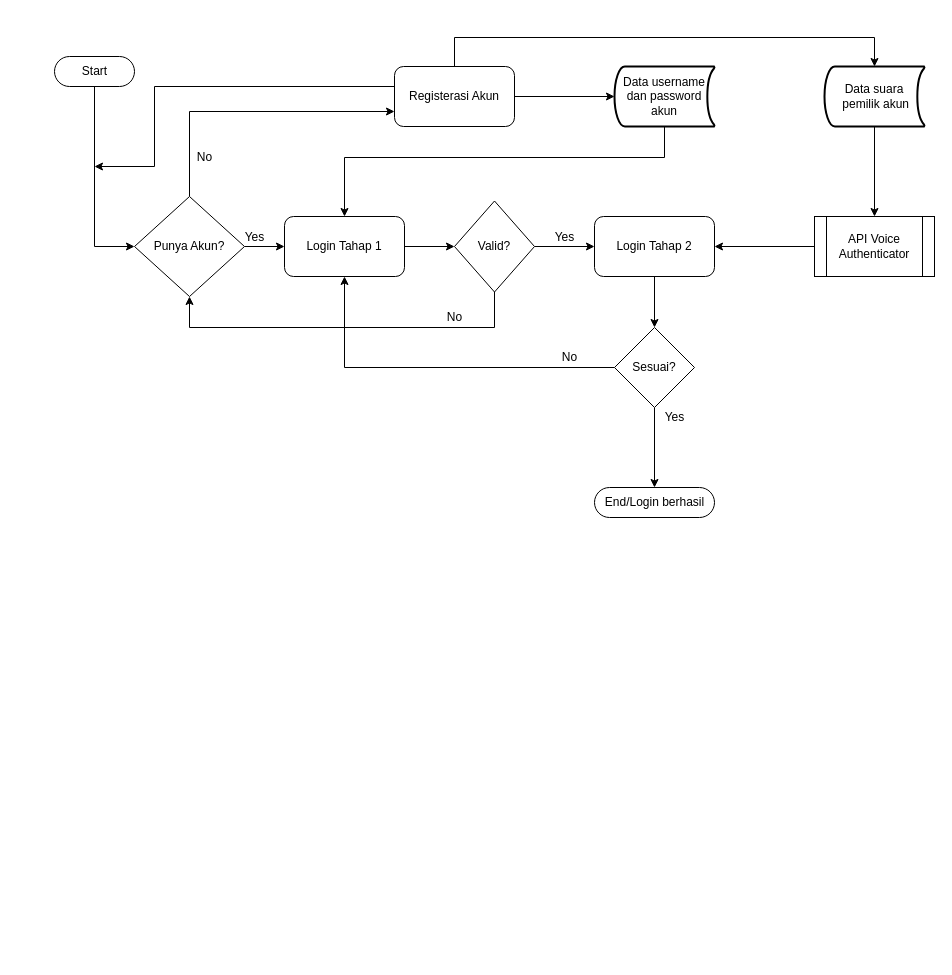
Before: Alur sistem login.drawio in karageee/Login-system-and-gmm-voice-auth, a draw.io diagram. Source tidied: cells renumbered, new cells numbered last; positions are measured from the earlier drawing's top-left corner, leaving out a move shared by most shapes. Both pictures are drawn from the tidied source at 100%, with x=0, y=0 at pixel (54, 37).
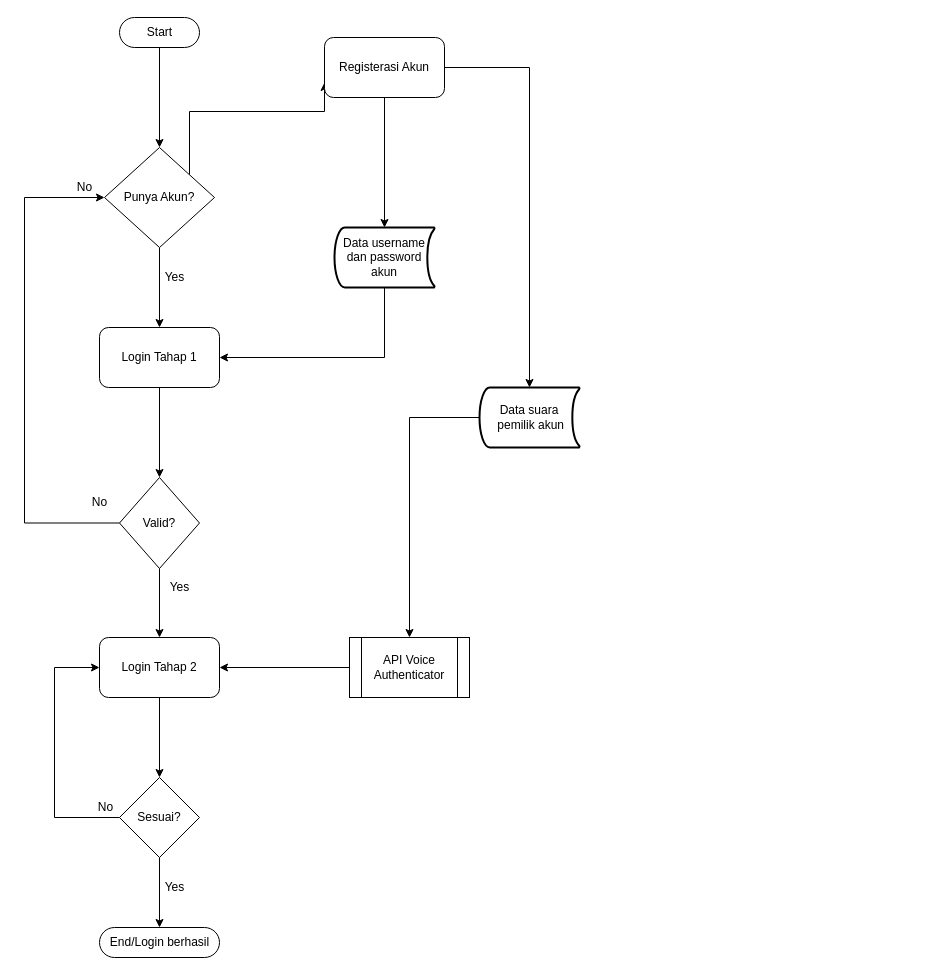
The same page after the edit.

Change to the diagram source:
```diff
@@
-    <mxCell id="2" style="edgeStyle=orthogonalEdgeStyle;rounded=0;jettySize=auto;html=1;entryX=0;entryY=0.5;entryDx=0;entryDy=0;" parent="1" edge="1" source="3" target="6">
+    <mxCell id="2" style="edgeStyle=orthogonalEdgeStyle;rounded=0;jettySize=auto;html=1;entryX=0.5;entryY=0;entryDx=0;entryDy=0;" parent="1" edge="1" source="3" target="6">
       <mxGeometry relative="1" as="geometry" />
     </mxCell>
     <mxCell id="3" value="Start" style="html=1;dashed=0;whitespace=wrap;shape=mxgraph.dfd.start;" parent="1" vertex="1">
-      <mxGeometry y="19" width="80" height="30" as="geometry" />
+      <mxGeometry x="65" y="-20" width="80" height="30" as="geometry" />
     </mxCell>
@@
-    <mxCell id="5" style="edgeStyle=orthogonalEdgeStyle;rounded=0;jettySize=auto;html=1;entryX=0;entryY=0.5;entryDx=0;entryDy=0;" parent="1" edge="1" source="6" target="12">
+    <mxCell id="5" style="edgeStyle=orthogonalEdgeStyle;rounded=0;jettySize=auto;html=1;entryX=0.5;entryY=0;entryDx=0;entryDy=0;" parent="1" edge="1" source="6" target="12">
       <mxGeometry relative="1" as="geometry" />
     </mxCell>
     <mxCell id="6" value="Punya Akun?" style="rhombus;whiteSpace=wrap;html=1;" parent="1" vertex="1">
-      <mxGeometry x="80" y="159" width="110" height="100" as="geometry" />
+      <mxGeometry x="50" y="110" width="110" height="100" as="geometry" />
     </mxCell>
-    <mxCell id="7" style="edgeStyle=orthogonalEdgeStyle;rounded=0;jettySize=auto;html=1;" parent="1" edge="1" source="10">
-      <mxGeometry relative="1" as="geometry">
-        <mxPoint x="40" y="129" as="targetPoint" />
-        <Array as="points">
-          <mxPoint x="100" y="49" />
-          <mxPoint x="100" y="129" />
-        </Array>
-      </mxGeometry>
-    </mxCell>
-    <mxCell id="8" style="edgeStyle=orthogonalEdgeStyle;rounded=0;jettySize=auto;html=1;entryX=0;entryY=0.5;entryDx=0;entryDy=0;entryPerimeter=0;" parent="1" edge="1" source="10" target="14">
+    <mxCell id="8" style="edgeStyle=orthogonalEdgeStyle;rounded=0;jettySize=auto;html=1;entryX=0.5;entryY=0;entryDx=0;entryDy=0;entryPerimeter=0;" parent="1" edge="1" source="10" target="14">
       <mxGeometry relative="1" as="geometry" />
     </mxCell>
     <mxCell id="9" style="edgeStyle=orthogonalEdgeStyle;rounded=0;jettySize=auto;html=1;entryX=0.5;entryY=0;entryDx=0;entryDy=0;entryPerimeter=0;" parent="1" edge="1" source="10" target="21">
       <mxGeometry relative="1" as="geometry">
         <Array as="points">
-          <mxPoint x="400" />
-          <mxPoint x="820" />
+          <mxPoint x="475" y="30" />
         </Array>
       </mxGeometry>
     </mxCell>
     <mxCell id="10" value="Registerasi Akun" style="rounded=1;whiteSpace=wrap;html=1;" parent="1" vertex="1">
-      <mxGeometry x="340" y="29" width="120" height="60" as="geometry" />
+      <mxGeometry x="270" width="120" height="60" as="geometry" />
     </mxCell>
-    <mxCell id="11" style="edgeStyle=orthogonalEdgeStyle;rounded=0;jettySize=auto;html=1;entryX=0;entryY=0.5;entryDx=0;entryDy=0;" parent="1" edge="1" source="12" target="17">
+    <mxCell id="11" style="edgeStyle=orthogonalEdgeStyle;rounded=0;jettySize=auto;html=1;entryX=0.5;entryY=0;entryDx=0;entryDy=0;" parent="1" edge="1" source="12" target="17">
       <mxGeometry relative="1" as="geometry" />
     </mxCell>
     <mxCell id="12" value="Login Tahap 1" style="rounded=1;whiteSpace=wrap;html=1;" parent="1" vertex="1">
-      <mxGeometry x="230" y="179" width="120" height="60" as="geometry" />
+      <mxGeometry x="45" y="290" width="120" height="60" as="geometry" />
     </mxCell>
-    <mxCell id="13" style="edgeStyle=orthogonalEdgeStyle;rounded=0;jettySize=auto;html=1;entryX=0.5;entryY=0;entryDx=0;entryDy=0;" parent="1" edge="1" source="14" target="12">
+    <mxCell id="13" style="edgeStyle=orthogonalEdgeStyle;rounded=0;jettySize=auto;html=1;entryX=1;entryY=0.5;entryDx=0;entryDy=0;exitX=0.5;exitY=1;exitDx=0;exitDy=0;exitPerimeter=0;" parent="1" edge="1" source="14" target="12">
       <mxGeometry relative="1" as="geometry">
         <Array as="points">
-          <mxPoint x="610" y="120" />
-          <mxPoint x="290" y="120" />
+          <mxPoint x="330" y="320" />
         </Array>
       </mxGeometry>
     </mxCell>
     <mxCell id="14" value="Data username dan password akun" style="strokeWidth=2;html=1;shape=mxgraph.flowchart.stored_data;whiteSpace=wrap;" parent="1" vertex="1">
-      <mxGeometry x="560" y="29" width="100" height="60" as="geometry" />
+      <mxGeometry x="280" y="190" width="100" height="60" as="geometry" />
     </mxCell>
-    <mxCell id="15" style="edgeStyle=orthogonalEdgeStyle;rounded=0;jettySize=auto;html=1;entryX=0.5;entryY=1;entryDx=0;entryDy=0;" parent="1" edge="1" source="17" target="6">
+    <mxCell id="15" style="edgeStyle=orthogonalEdgeStyle;rounded=0;jettySize=auto;html=1;entryX=0;entryY=0.5;entryDx=0;entryDy=0;" parent="1" edge="1" source="17" target="6">
       <mxGeometry relative="1" as="geometry">
         <Array as="points">
-          <mxPoint x="440" y="290" />
-          <mxPoint x="135" y="290" />
+          <mxPoint x="-30" y="486" />
+          <mxPoint x="-30" y="160" />
         </Array>
       </mxGeometry>
     </mxCell>
-    <mxCell id="16" style="edgeStyle=orthogonalEdgeStyle;rounded=0;jettySize=auto;html=1;entryX=0;entryY=0.5;entryDx=0;entryDy=0;" parent="1" edge="1" source="17" target="19">
+    <mxCell id="16" style="edgeStyle=orthogonalEdgeStyle;rounded=0;jettySize=auto;html=1;entryX=0.5;entryY=0;entryDx=0;entryDy=0;" parent="1" edge="1" source="17" target="19">
       <mxGeometry relative="1" as="geometry" />
     </mxCell>
     <mxCell id="17" value="Valid?" style="rhombus;whiteSpace=wrap;html=1;" parent="1" vertex="1">
-      <mxGeometry x="400" y="163.5" width="80" height="91" as="geometry" />
+      <mxGeometry x="65" y="440" width="80" height="91" as="geometry" />
     </mxCell>
@@
     <mxCell id="19" value="Login Tahap 2" style="rounded=1;whiteSpace=wrap;html=1;" parent="1" vertex="1">
-      <mxGeometry x="540" y="179" width="120" height="60" as="geometry" />
+      <mxGeometry x="45" y="600" width="120" height="60" as="geometry" />
     </mxCell>
@@
     <mxCell id="21" value="Data suara&lt;br&gt;&amp;nbsp;pemilik akun" style="strokeWidth=2;html=1;shape=mxgraph.flowchart.stored_data;whiteSpace=wrap;" parent="1" vertex="1">
-      <mxGeometry x="770" y="29" width="100" height="60" as="geometry" />
+      <mxGeometry x="425" y="350" width="100" height="60" as="geometry" />
     </mxCell>
@@
-    <mxCell id="23" style="edgeStyle=orthogonalEdgeStyle;rounded=0;jettySize=auto;html=1;entryX=0.5;entryY=1;entryDx=0;entryDy=0;" parent="1" edge="1" source="24" target="12">
-      <mxGeometry relative="1" as="geometry" />
+    <mxCell id="23" style="edgeStyle=orthogonalEdgeStyle;rounded=0;jettySize=auto;html=1;entryX=0;entryY=0.5;entryDx=0;entryDy=0;" parent="1" edge="1" source="24" target="19">
+      <mxGeometry relative="1" as="geometry">
+        <Array as="points">
+          <mxPoint y="780" />
+          <mxPoint y="630" />
+        </Array>
+      </mxGeometry>
     </mxCell>
     <mxCell id="24" value="Sesuai?" style="rhombus;whiteSpace=wrap;html=1;" parent="1" vertex="1">
-      <mxGeometry x="560" y="290" width="80" height="80" as="geometry" />
+      <mxGeometry x="65" y="740" width="80" height="80" as="geometry" />
     </mxCell>
     <mxCell id="25" value="End/Login berhasil" style="html=1;dashed=0;whitespace=wrap;shape=mxgraph.dfd.start;" parent="1" vertex="1">
-      <mxGeometry x="540" y="450" width="120" height="30" as="geometry" />
+      <mxGeometry x="45" y="890" width="120" height="30" as="geometry" />
     </mxCell>
@@
     <mxCell id="27" value="API Voice Authenticator" style="shape=process;whiteSpace=wrap;html=1;backgroundOutline=1;" parent="1" vertex="1">
-      <mxGeometry x="760" y="179" width="120" height="60" as="geometry" />
+      <mxGeometry x="295" y="600" width="120" height="60" as="geometry" />
     </mxCell>
     <mxCell id="28" value="Yes" style="text;html=1;align=center;verticalAlign=middle;" parent="1" vertex="1">
-      <mxGeometry x="180" y="190" width="40" height="20" as="geometry" />
+      <mxGeometry x="105" y="540" width="40" height="20" as="geometry" />
     </mxCell>
     <mxCell id="29" value="No" style="text;html=1;align=center;verticalAlign=middle;" parent="1" vertex="1">
-      <mxGeometry x="385" y="270" width="30" height="20" as="geometry" />
+      <mxGeometry x="15" y="140" width="30" height="20" as="geometry" />
     </mxCell>
     <mxCell id="30" value="Yes" style="text;html=1;align=center;verticalAlign=middle;" parent="1" vertex="1">
-      <mxGeometry x="490" y="190" width="40" height="20" as="geometry" />
+      <mxGeometry x="100" y="230" width="40" height="20" as="geometry" />
     </mxCell>
     <mxCell id="31" value="No" style="text;html=1;align=center;verticalAlign=middle;" parent="1" vertex="1">
-      <mxGeometry x="135" y="110" width="30" height="20" as="geometry" />
+      <mxGeometry x="30" y="455" width="30" height="20" as="geometry" />
     </mxCell>
     <mxCell id="32" value="Yes" style="text;html=1;align=center;verticalAlign=middle;" parent="1" vertex="1">
-      <mxGeometry x="600" y="370" width="40" height="20" as="geometry" />
+      <mxGeometry x="100" y="840" width="40" height="20" as="geometry" />
     </mxCell>
     <mxCell id="33" value="No" style="text;html=1;align=center;verticalAlign=middle;" parent="1" vertex="1">
-      <mxGeometry x="500" y="310" width="30" height="20" as="geometry" />
+      <mxGeometry x="36" y="760" width="30" height="20" as="geometry" />
     </mxCell>
```
